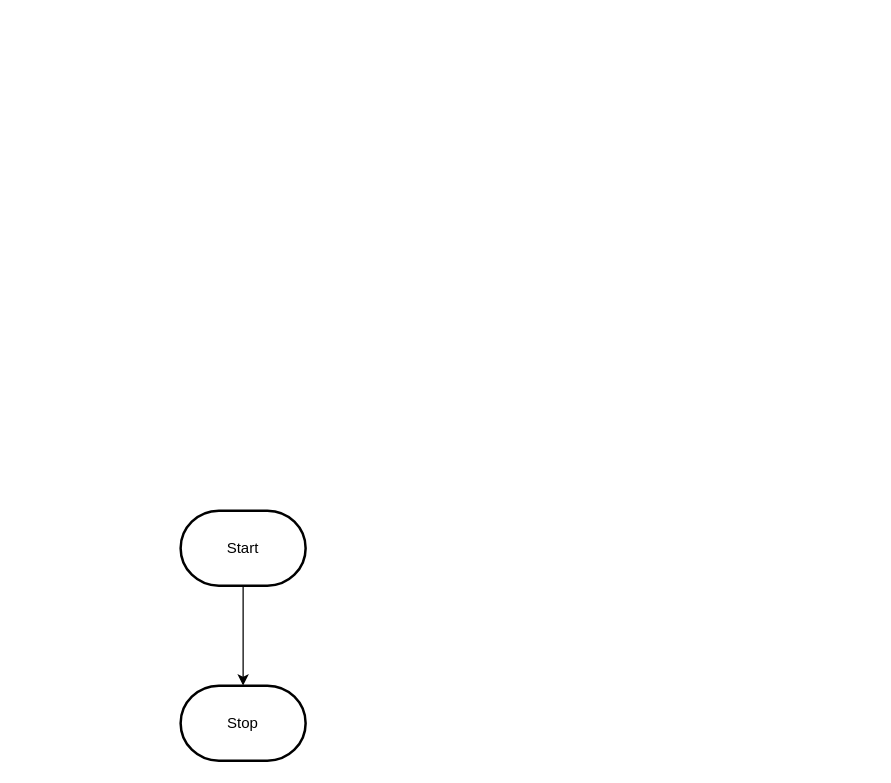
Earlier version of the draw.io diagram design/flowchart.drawio (MTHS-ICS2O-2-2022/ICS2O-Assignment-04-Armatys22). Source tidied: cells renumbered, new cells numbered last; positions are measured from the earlier drawing's top-left corner, leaving out a move shared by most shapes. Both pictures are drawn from the tidied source at 125%, with x=0, y=0 at pixel (180, 510).
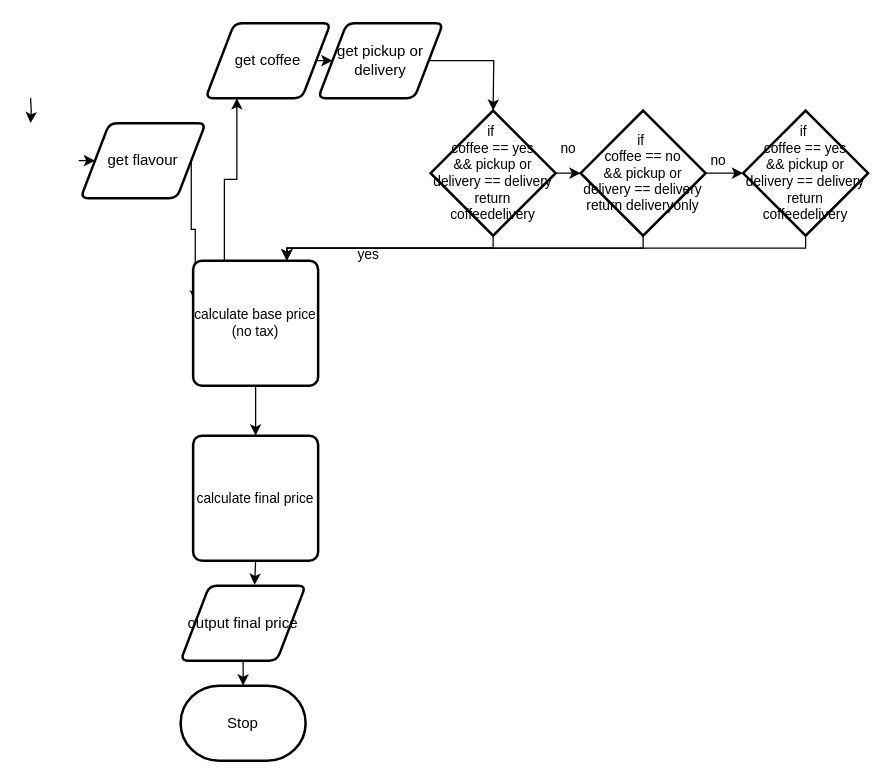
The same diagram, later.

Unchanged cells that the change refers to:
```xml
<mxCell id="4" value="Stop" style="strokeWidth=2;html=1;shape=mxgraph.flowchart.terminator;whiteSpace=wrap;" parent="1" vertex="1">
  <mxGeometry y="140" width="100" height="60" as="geometry" />
</mxCell>
```

What changed in the source:
```diff
@@
-    <mxCell id="2" style="edgeStyle=orthogonalEdgeStyle;html=1;rounded=0;" parent="1" edge="1" source="3" target="4">
-      <mxGeometry relative="1" as="geometry" />
-    </mxCell>
-    <mxCell id="3" value="Start" style="strokeWidth=2;html=1;shape=mxgraph.flowchart.terminator;whiteSpace=wrap;" parent="1" vertex="1">
-      <mxGeometry width="100" height="60" as="geometry" />
-    </mxCell>
+    <mxCell id="5" style="edgeStyle=orthogonalEdgeStyle;html=1;exitX=0.5;exitY=1;exitDx=0;exitDy=0;exitPerimeter=0;entryX=0.5;entryY=0;entryDx=0;entryDy=0;rounded=0;" parent="1" edge="1">
+      <mxGeometry relative="1" as="geometry">
+        <mxPoint x="-120" y="-330" as="sourcePoint" />
+        <mxPoint x="-120" y="-310" as="targetPoint" />
+      </mxGeometry>
+    </mxCell>
@@
+    <mxCell id="6" style="edgeStyle=orthogonalEdgeStyle;shape=connector;rounded=0;html=1;exitX=0.5;exitY=1;exitDx=0;exitDy=0;entryX=0.5;entryY=0;entryDx=0;entryDy=0;entryPerimeter=0;labelBackgroundColor=default;strokeColor=default;fontFamily=Helvetica;fontSize=11;fontColor=default;endArrow=classic;" parent="1" edge="1" source="7" target="4">
+      <mxGeometry relative="1" as="geometry" />
+    </mxCell>
+    <mxCell id="7" value="output final price" style="shape=parallelogram;html=1;strokeWidth=2;perimeter=parallelogramPerimeter;whiteSpace=wrap;rounded=1;arcSize=12;size=0.23;" parent="1" vertex="1">
+      <mxGeometry y="60" width="100" height="60" as="geometry" />
+    </mxCell>
+    <mxCell id="8" style="edgeStyle=orthogonalEdgeStyle;shape=connector;rounded=0;html=1;exitX=1;exitY=0.5;exitDx=0;exitDy=0;entryX=0;entryY=0.5;entryDx=0;entryDy=0;labelBackgroundColor=default;strokeColor=default;fontFamily=Helvetica;fontSize=11;fontColor=default;endArrow=classic;" parent="1" edge="1" target="10">
+      <mxGeometry relative="1" as="geometry">
+        <mxPoint x="-81.5" y="-280" as="sourcePoint" />
+      </mxGeometry>
+    </mxCell>
+    <mxCell id="9" style="edgeStyle=orthogonalEdgeStyle;shape=connector;rounded=0;html=1;exitX=1;exitY=0.5;exitDx=0;exitDy=0;entryX=0.017;entryY=0.327;entryDx=0;entryDy=0;entryPerimeter=0;labelBackgroundColor=default;strokeColor=default;fontFamily=Helvetica;fontSize=11;fontColor=default;endArrow=classic;" parent="1" edge="1" source="10" target="25">
+      <mxGeometry relative="1" as="geometry" />
+    </mxCell>
+    <mxCell id="10" value="get flavour" style="shape=parallelogram;html=1;strokeWidth=2;perimeter=parallelogramPerimeter;whiteSpace=wrap;rounded=1;arcSize=12;size=0.23;" parent="1" vertex="1">
+      <mxGeometry x="-80" y="-310" width="100" height="60" as="geometry" />
+    </mxCell>
+    <mxCell id="11" style="edgeStyle=orthogonalEdgeStyle;shape=connector;rounded=0;html=1;exitX=1;exitY=0.5;exitDx=0;exitDy=0;entryX=0;entryY=0.5;entryDx=0;entryDy=0;labelBackgroundColor=default;strokeColor=default;fontFamily=Helvetica;fontSize=11;fontColor=default;endArrow=classic;" parent="1" edge="1" source="12" target="14">
+      <mxGeometry relative="1" as="geometry" />
+    </mxCell>
+    <mxCell id="12" value="get coffee" style="shape=parallelogram;html=1;strokeWidth=2;perimeter=parallelogramPerimeter;whiteSpace=wrap;rounded=1;arcSize=12;size=0.23;" parent="1" vertex="1">
+      <mxGeometry x="20" y="-390" width="100" height="60" as="geometry" />
+    </mxCell>
+    <mxCell id="13" style="edgeStyle=orthogonalEdgeStyle;shape=connector;rounded=0;html=1;exitX=1;exitY=0.5;exitDx=0;exitDy=0;labelBackgroundColor=default;strokeColor=default;fontFamily=Helvetica;fontSize=11;fontColor=default;endArrow=classic;" parent="1" edge="1" source="14">
+      <mxGeometry relative="1" as="geometry">
+        <mxPoint x="250" y="-320" as="targetPoint" />
+      </mxGeometry>
+    </mxCell>
+    <mxCell id="14" value="get pickup or delivery" style="shape=parallelogram;html=1;strokeWidth=2;perimeter=parallelogramPerimeter;whiteSpace=wrap;rounded=1;arcSize=12;size=0.23;" parent="1" vertex="1">
+      <mxGeometry x="110" y="-390" width="100" height="60" as="geometry" />
+    </mxCell>
+    <mxCell id="15" style="edgeStyle=orthogonalEdgeStyle;shape=connector;rounded=0;html=1;exitX=0.5;exitY=1;exitDx=0;exitDy=0;exitPerimeter=0;entryX=0.75;entryY=0;entryDx=0;entryDy=0;labelBackgroundColor=default;strokeColor=default;fontFamily=Helvetica;fontSize=11;fontColor=default;endArrow=classic;" parent="1" edge="1" source="17" target="25">
+      <mxGeometry relative="1" as="geometry" />
+    </mxCell>
+    <mxCell id="16" style="edgeStyle=orthogonalEdgeStyle;shape=connector;rounded=0;html=1;exitX=1;exitY=0.5;exitDx=0;exitDy=0;exitPerimeter=0;labelBackgroundColor=default;strokeColor=default;fontFamily=Helvetica;fontSize=11;fontColor=default;endArrow=classic;" parent="1" edge="1" source="17" target="20">
+      <mxGeometry relative="1" as="geometry" />
+    </mxCell>
+    <mxCell id="17" value="if&amp;nbsp;&lt;br&gt;coffee == yes&lt;br&gt;&amp;amp;&amp;amp; pickup or delivery == delivery return coffeedelivery" style="strokeWidth=2;html=1;shape=mxgraph.flowchart.decision;whiteSpace=wrap;fontFamily=Helvetica;fontSize=11;fontColor=default;" parent="1" vertex="1">
+      <mxGeometry x="200" y="-320" width="100" height="100" as="geometry" />
+    </mxCell>
+    <mxCell id="18" style="edgeStyle=orthogonalEdgeStyle;shape=connector;rounded=0;html=1;exitX=0.5;exitY=1;exitDx=0;exitDy=0;exitPerimeter=0;entryX=0.75;entryY=0;entryDx=0;entryDy=0;labelBackgroundColor=default;strokeColor=default;fontFamily=Helvetica;fontSize=11;fontColor=default;endArrow=classic;" parent="1" edge="1" source="20" target="25">
+      <mxGeometry relative="1" as="geometry" />
+    </mxCell>
+    <mxCell id="19" style="edgeStyle=orthogonalEdgeStyle;shape=connector;rounded=0;html=1;exitX=1;exitY=0.5;exitDx=0;exitDy=0;exitPerimeter=0;entryX=0;entryY=0.5;entryDx=0;entryDy=0;entryPerimeter=0;labelBackgroundColor=default;strokeColor=default;fontFamily=Helvetica;fontSize=11;fontColor=default;endArrow=classic;" parent="1" edge="1" source="20" target="22">
+      <mxGeometry relative="1" as="geometry" />
+    </mxCell>
+    <mxCell id="20" value="if&amp;nbsp;&lt;br&gt;coffee == no&lt;br&gt;&amp;amp;&amp;amp; pickup or delivery == delivery return deliveryonly" style="strokeWidth=2;html=1;shape=mxgraph.flowchart.decision;whiteSpace=wrap;fontFamily=Helvetica;fontSize=11;fontColor=default;" parent="1" vertex="1">
+      <mxGeometry x="320" y="-320" width="100" height="100" as="geometry" />
+    </mxCell>
+    <mxCell id="21" style="edgeStyle=orthogonalEdgeStyle;shape=connector;rounded=0;html=1;exitX=0.5;exitY=1;exitDx=0;exitDy=0;exitPerimeter=0;entryX=0.75;entryY=0;entryDx=0;entryDy=0;labelBackgroundColor=default;strokeColor=default;fontFamily=Helvetica;fontSize=11;fontColor=default;endArrow=classic;" parent="1" edge="1" source="22" target="25">
+      <mxGeometry relative="1" as="geometry" />
+    </mxCell>
+    <mxCell id="22" value="if&amp;nbsp;&lt;br&gt;coffee == yes&lt;br&gt;&amp;amp;&amp;amp; pickup or delivery == delivery return coffeedelivery" style="strokeWidth=2;html=1;shape=mxgraph.flowchart.decision;whiteSpace=wrap;fontFamily=Helvetica;fontSize=11;fontColor=default;" parent="1" vertex="1">
+      <mxGeometry x="450" y="-320" width="100" height="100" as="geometry" />
+    </mxCell>
+    <mxCell id="23" style="edgeStyle=orthogonalEdgeStyle;shape=connector;rounded=0;html=1;exitX=0.25;exitY=0;exitDx=0;exitDy=0;entryX=0.25;entryY=1;entryDx=0;entryDy=0;labelBackgroundColor=default;strokeColor=default;fontFamily=Helvetica;fontSize=11;fontColor=default;endArrow=classic;" parent="1" edge="1" source="25" target="12">
+      <mxGeometry relative="1" as="geometry" />
+    </mxCell>
+    <mxCell id="24" style="edgeStyle=orthogonalEdgeStyle;shape=connector;rounded=0;html=1;exitX=0.5;exitY=1;exitDx=0;exitDy=0;entryX=0.5;entryY=0;entryDx=0;entryDy=0;labelBackgroundColor=default;strokeColor=default;fontFamily=Helvetica;fontSize=11;fontColor=default;endArrow=classic;" parent="1" edge="1" source="25" target="30">
+      <mxGeometry relative="1" as="geometry" />
+    </mxCell>
+    <mxCell id="25" value="calculate base price (no tax)" style="rounded=1;whiteSpace=wrap;html=1;absoluteArcSize=1;arcSize=14;strokeWidth=2;fontFamily=Helvetica;fontSize=11;fontColor=default;" parent="1" vertex="1">
+      <mxGeometry x="10" y="-200" width="100" height="100" as="geometry" />
+    </mxCell>
+    <mxCell id="26" value="yes" style="text;html=1;align=center;verticalAlign=middle;strokeColor=none;fillColor=none;fontSize=11;fontFamily=Helvetica;fontColor=default;" parent="1" vertex="1">
+      <mxGeometry x="130" y="-220" width="40" height="30" as="geometry" />
+    </mxCell>
+    <mxCell id="27" value="no" style="text;html=1;align=center;verticalAlign=middle;strokeColor=none;fillColor=none;fontSize=11;fontFamily=Helvetica;fontColor=default;" parent="1" vertex="1">
+      <mxGeometry x="290" y="-305" width="40" height="30" as="geometry" />
+    </mxCell>
+    <mxCell id="28" value="no" style="text;html=1;align=center;verticalAlign=middle;strokeColor=none;fillColor=none;fontSize=11;fontFamily=Helvetica;fontColor=default;" parent="1" vertex="1">
+      <mxGeometry x="410" y="-295" width="40" height="30" as="geometry" />
+    </mxCell>
+    <mxCell id="29" style="edgeStyle=orthogonalEdgeStyle;shape=connector;rounded=0;html=1;exitX=0.5;exitY=1;exitDx=0;exitDy=0;entryX=0.592;entryY=-0.011;entryDx=0;entryDy=0;entryPerimeter=0;labelBackgroundColor=default;strokeColor=default;fontFamily=Helvetica;fontSize=11;fontColor=default;endArrow=classic;" parent="1" edge="1" source="30" target="7">
+      <mxGeometry relative="1" as="geometry" />
+    </mxCell>
+    <mxCell id="30" value="calculate final price" style="rounded=1;whiteSpace=wrap;html=1;absoluteArcSize=1;arcSize=14;strokeWidth=2;fontFamily=Helvetica;fontSize=11;fontColor=default;" parent="1" vertex="1">
+      <mxGeometry x="10" y="-60" width="100" height="100" as="geometry" />
+    </mxCell>
```
